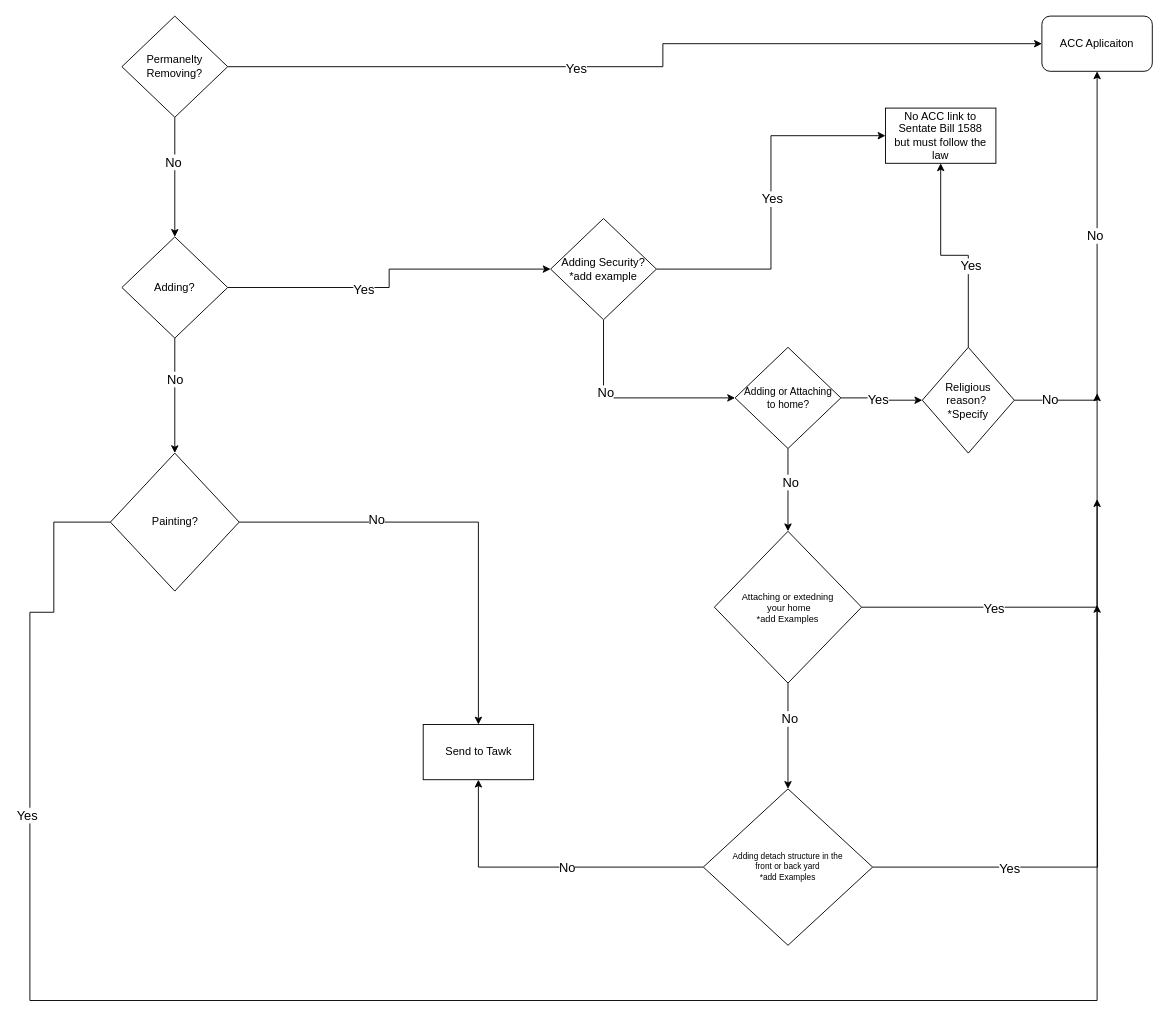
Earlier version of the draw.io diagram Photos/Untitled Diagram.drawio (SegNova/approval). Source tidied: cells renumbered, new cells numbered last; positions are measured from the earlier drawing's top-left corner, leaving out a move shared by most shapes. Both pictures are drawn from the tidied source at 92%, with x=0, y=0 at pixel (29, 16).
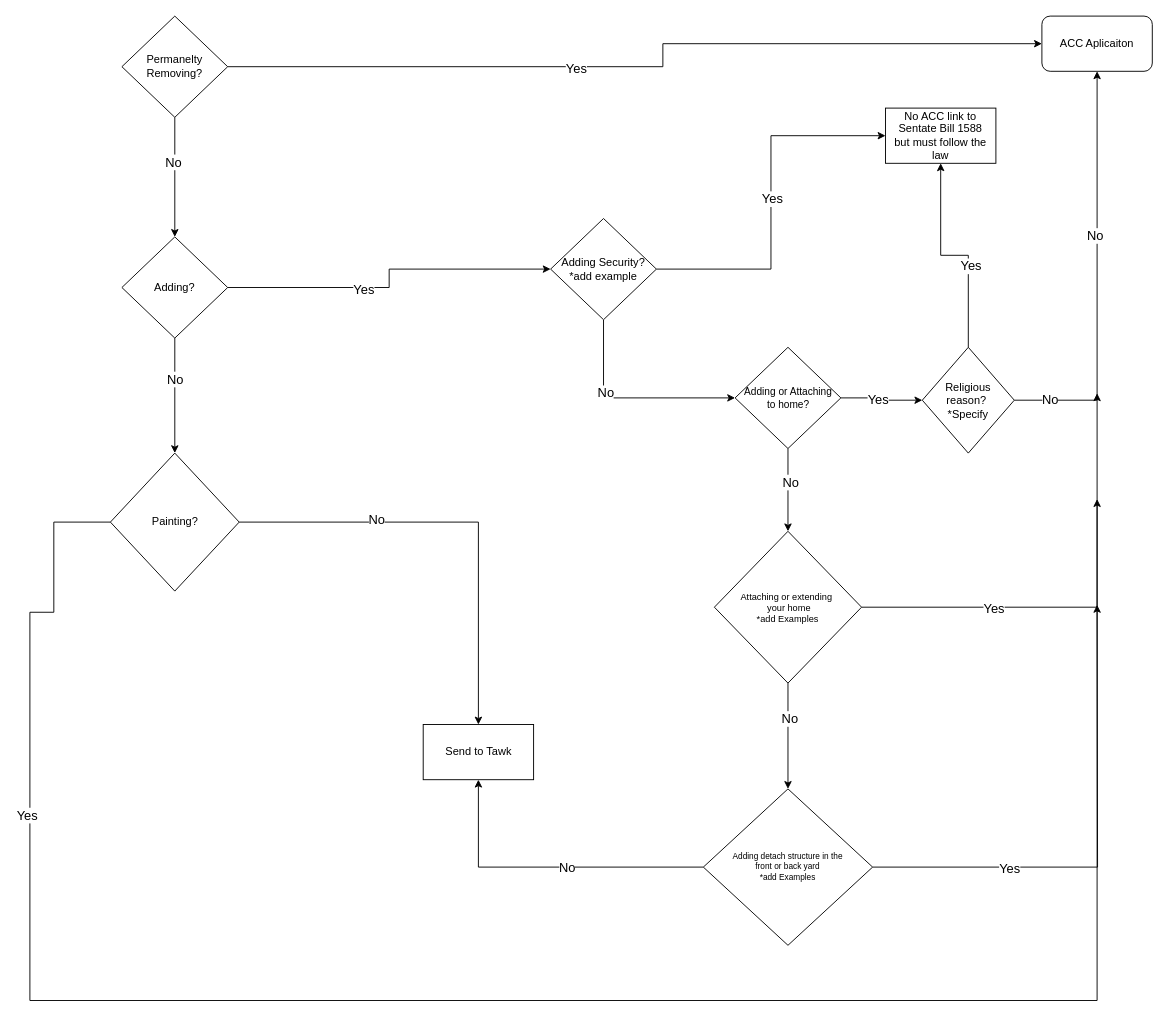
The same page after the edit.

Commit message:
typos corrected

Change to the diagram source:
```diff
@@
-    <mxCell id="40" value="Attaching or extedning&lt;br&gt;&amp;nbsp;your home&lt;br&gt;*add Examples" style="rhombus;whiteSpace=wrap;html=1;fontSize=10;" parent="1" vertex="1">
+    <mxCell id="40" value="Attaching or extending&amp;nbsp;&lt;br&gt;&amp;nbsp;your home&lt;br&gt;*add Examples" style="rhombus;whiteSpace=wrap;html=1;fontSize=10;" parent="1" vertex="1">
       <mxGeometry x="744" y="560" width="160" height="165" as="geometry" />
     </mxCell>
```
